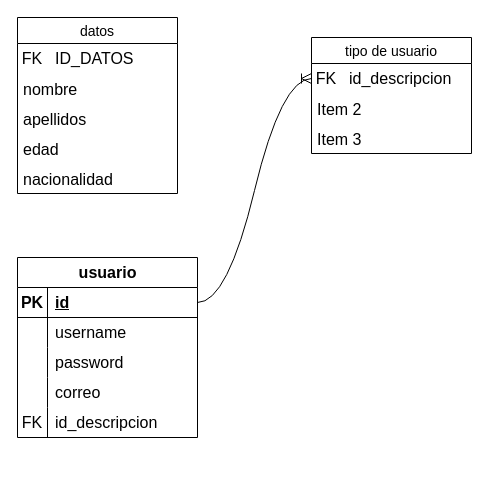
Before: Diagrama sin título.drawio in brayanmar/diagrama_escorting, a draw.io diagram. Source tidied: cells renumbered, new cells numbered last; positions are measured from the earlier drawing's top-left corner, leaving out a move shared by most shapes. Both pictures are drawn from the tidied source at 100%, with x=0, y=0 at pixel (17, 17).
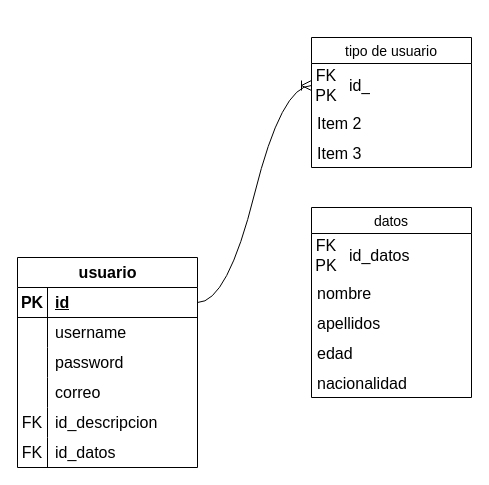
The same diagram, later.

What changed in the source:
```diff
@@
     <mxCell id="2" value="usuario" style="shape=table;startSize=30;childLayout=tableLayout;rowLines=0;fontStyle=1;align=center;html=1;fontSize=16;" parent="1" vertex="1">
-      <mxGeometry y="240" width="180" height="180" as="geometry" />
+      <mxGeometry y="240" width="180" height="210" as="geometry" />
     </mxCell>
@@
+    <mxCell id="35" style="shape=tableRow;horizontal=0;startSize=0;swimlaneHead=0;swimlaneBody=0;fillColor=none;top=0;left=0;right=0;bottom=0;fontSize=16;" parent="2" vertex="1">
+      <mxGeometry y="180" width="180" height="30" as="geometry" />
+    </mxCell>
+    <mxCell id="21" value="FK" style="shape=partialRectangle;fillColor=none;top=0;left=0;bottom=0;right=0;fontStyle=0;overflow=hidden;whiteSpace=wrap;html=1;fontSize=16;" parent="35" vertex="1">
+      <mxGeometry width="30" height="30" as="geometry" />
+    </mxCell>
+    <mxCell id="36" value="id_datos" style="shape=partialRectangle;fillColor=none;top=0;left=0;bottom=0;right=0;align=left;spacingLeft=6;fontStyle=0;overflow=hidden;whiteSpace=wrap;html=1;fontSize=16;" parent="35" vertex="1">
+      <mxGeometry x="30" width="150" height="30" as="geometry" />
+    </mxCell>
     <mxCell id="18" value="datos" style="swimlane;fontStyle=0;horizontal=1;startSize=26;align=center;fontSize=14;" parent="1" vertex="1">
-      <mxGeometry width="160" height="176" as="geometry" />
+      <mxGeometry x="294" y="190" width="160" height="190" as="geometry" />
     </mxCell>
-    <mxCell id="19" style="shape=table;startSize=0;childLayout=tableLayout;rowLines=0;fontStyle=0;align=center;strokeColor=none;fillColor=none;fontSize=16;" parent="18" vertex="1">
-      <mxGeometry y="26" width="160" height="30" as="geometry" />
-    </mxCell>
-    <mxCell id="20" style="shape=tableRow;horizontal=0;startSize=0;swimlaneHead=0;swimlaneBody=0;fillColor=none;top=0;left=0;right=0;bottom=0;fontSize=16;" parent="19" vertex="1">
-      <mxGeometry width="160" height="30" as="geometry" />
-    </mxCell>
-    <mxCell id="21" value="FK" style="shape=partialRectangle;fillColor=none;top=0;left=0;bottom=0;right=0;fontStyle=0;overflow=hidden;whiteSpace=wrap;html=1;fontSize=16;" parent="20" vertex="1">
-      <mxGeometry width="30" height="30" as="geometry" />
-    </mxCell>
-    <mxCell id="22" value="ID_DATOS" style="shape=partialRectangle;fillColor=none;top=0;left=0;bottom=0;right=0;align=left;spacingLeft=6;fontStyle=0;overflow=hidden;whiteSpace=wrap;html=1;fontSize=16;" parent="20" vertex="1">
-      <mxGeometry x="30" width="130" height="30" as="geometry" />
-    </mxCell>
+    <mxCell id="37" style="shape=table;startSize=0;childLayout=tableLayout;rowLines=0;fontStyle=0;align=center;strokeColor=none;fillColor=none;fontSize=16;" parent="18" vertex="1">
+      <mxGeometry y="26" width="160" height="44" as="geometry" />
+    </mxCell>
+    <mxCell id="38" style="shape=tableRow;horizontal=0;startSize=0;swimlaneHead=0;swimlaneBody=0;fillColor=none;top=0;left=0;right=0;bottom=0;fontSize=16;" parent="37" vertex="1">
+      <mxGeometry width="160" height="44" as="geometry" />
+    </mxCell>
+    <mxCell id="39" value="FK PK" style="shape=partialRectangle;fillColor=none;top=0;left=0;bottom=0;right=0;fontStyle=0;overflow=hidden;whiteSpace=wrap;html=1;fontSize=16;" parent="38" vertex="1">
+      <mxGeometry width="30" height="44" as="geometry" />
+    </mxCell>
+    <mxCell id="40" value="id_datos" style="shape=partialRectangle;fillColor=none;top=0;left=0;bottom=0;right=0;align=left;spacingLeft=6;fontStyle=0;overflow=hidden;whiteSpace=wrap;html=1;fontSize=16;" parent="38" vertex="1">
+      <mxGeometry x="30" width="130" height="44" as="geometry" />
+    </mxCell>
     <mxCell id="23" value="nombre" style="text;strokeColor=none;fillColor=none;spacingLeft=4;spacingRight=4;overflow=hidden;fontSize=16;whiteSpace=wrap;html=1;" parent="18" vertex="1">
-      <mxGeometry y="56" width="160" height="30" as="geometry" />
+      <mxGeometry y="70" width="160" height="30" as="geometry" />
     </mxCell>
     <mxCell id="24" value="apellidos" style="text;strokeColor=none;fillColor=none;spacingLeft=4;spacingRight=4;overflow=hidden;fontSize=16;whiteSpace=wrap;html=1;" parent="18" vertex="1">
-      <mxGeometry y="86" width="160" height="30" as="geometry" />
+      <mxGeometry y="100" width="160" height="30" as="geometry" />
     </mxCell>
     <mxCell id="25" value="edad" style="text;strokeColor=none;fillColor=none;spacingLeft=4;spacingRight=4;overflow=hidden;fontSize=16;whiteSpace=wrap;html=1;" parent="18" vertex="1">
-      <mxGeometry y="116" width="160" height="30" as="geometry" />
+      <mxGeometry y="130" width="160" height="30" as="geometry" />
     </mxCell>
     <mxCell id="26" value="nacionalidad" style="text;strokeColor=none;fillColor=none;spacingLeft=4;spacingRight=4;overflow=hidden;fontSize=16;whiteSpace=wrap;html=1;" parent="18" vertex="1">
-      <mxGeometry y="146" width="160" height="30" as="geometry" />
+      <mxGeometry y="160" width="160" height="30" as="geometry" />
     </mxCell>
     <mxCell id="27" value="tipo de usuario" style="swimlane;fontStyle=0;horizontal=1;startSize=26;align=center;fontSize=14;" parent="1" vertex="1">
-      <mxGeometry x="294" y="20" width="160" height="116" as="geometry" />
+      <mxGeometry x="294" y="20" width="160" height="130" as="geometry" />
     </mxCell>
     <mxCell id="28" style="shape=table;startSize=0;childLayout=tableLayout;rowLines=0;fontStyle=0;align=center;strokeColor=none;fillColor=none;fontSize=16;" parent="27" vertex="1">
-      <mxGeometry y="26" width="160" height="30" as="geometry" />
+      <mxGeometry y="26" width="160" height="44" as="geometry" />
     </mxCell>
     <mxCell id="29" style="shape=tableRow;horizontal=0;startSize=0;swimlaneHead=0;swimlaneBody=0;fillColor=none;points=[[0,0.5],[1,0.5]];portConstraint=eastwest;top=0;left=0;right=0;bottom=0;fontSize=16;" parent="28" vertex="1">
-      <mxGeometry width="160" height="30" as="geometry" />
+      <mxGeometry width="160" height="44" as="geometry" />
     </mxCell>
-    <mxCell id="30" value="FK" style="shape=partialRectangle;fillColor=none;top=0;left=0;bottom=0;right=0;fontStyle=0;overflow=hidden;whiteSpace=wrap;html=1;fontSize=16;" parent="29" vertex="1">
-      <mxGeometry width="30" height="30" as="geometry" />
+    <mxCell id="30" value="FK PK" style="shape=partialRectangle;fillColor=none;top=0;left=0;bottom=0;right=0;fontStyle=0;overflow=hidden;whiteSpace=wrap;html=1;fontSize=16;" parent="29" vertex="1">
+      <mxGeometry width="30" height="44" as="geometry" />
     </mxCell>
-    <mxCell id="31" value="id_descripcion" style="shape=partialRectangle;fillColor=none;top=0;left=0;bottom=0;right=0;align=left;spacingLeft=6;fontStyle=0;overflow=hidden;whiteSpace=wrap;html=1;fontSize=16;" parent="29" vertex="1">
-      <mxGeometry x="30" width="130" height="30" as="geometry" />
+    <mxCell id="31" value="id_" style="shape=partialRectangle;fillColor=none;top=0;left=0;bottom=0;right=0;align=left;spacingLeft=6;fontStyle=0;overflow=hidden;whiteSpace=wrap;html=1;fontSize=16;" parent="29" vertex="1">
+      <mxGeometry x="30" width="130" height="44" as="geometry" />
     </mxCell>
     <mxCell id="32" value="Item 2" style="text;strokeColor=none;fillColor=none;spacingLeft=4;spacingRight=4;overflow=hidden;fontSize=16;whiteSpace=wrap;html=1;" parent="27" vertex="1">
-      <mxGeometry y="56" width="160" height="30" as="geometry" />
+      <mxGeometry y="70" width="160" height="30" as="geometry" />
     </mxCell>
     <mxCell id="33" value="Item 3" style="text;strokeColor=none;fillColor=none;spacingLeft=4;spacingRight=4;overflow=hidden;fontSize=16;whiteSpace=wrap;html=1;" parent="27" vertex="1">
-      <mxGeometry y="86" width="160" height="30" as="geometry" />
+      <mxGeometry y="100" width="160" height="30" as="geometry" />
     </mxCell>
```
